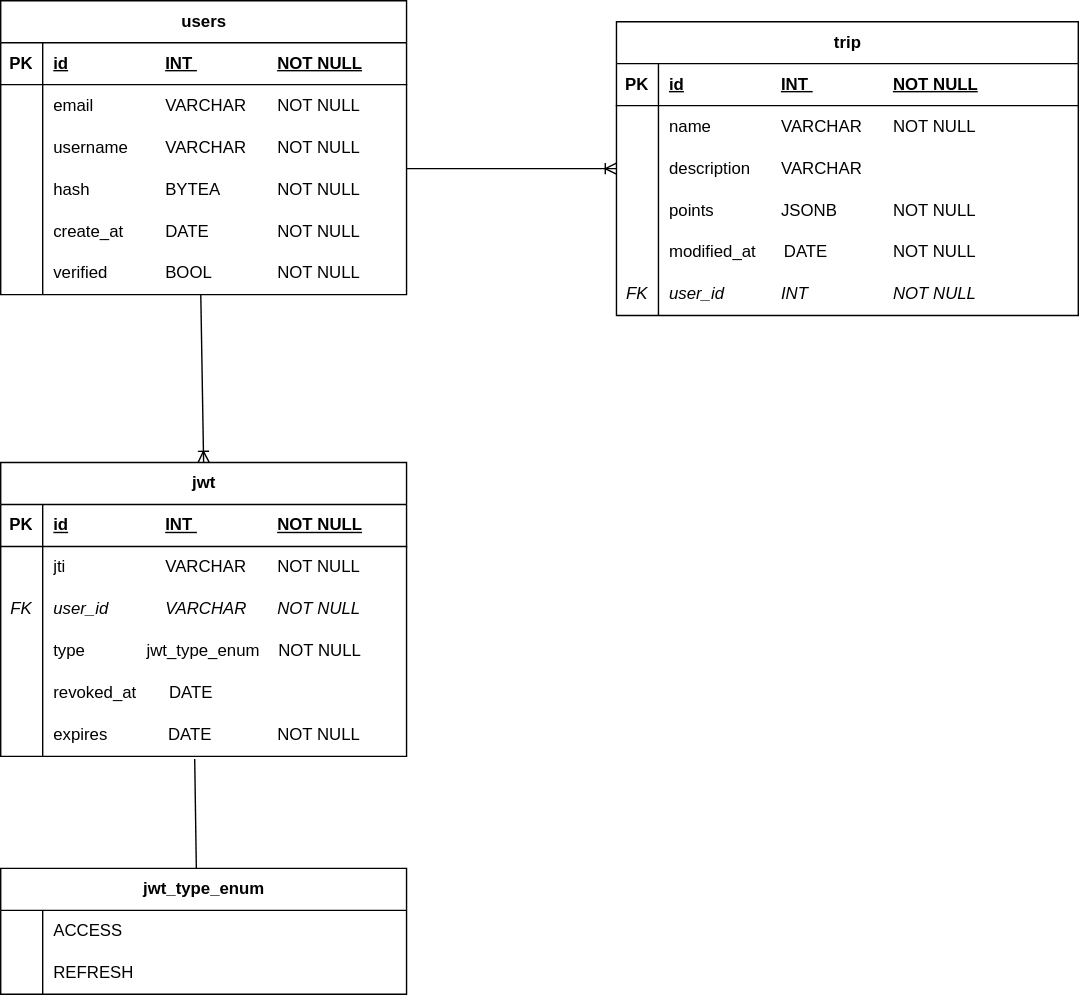
Above: OTD_Schema.drawio.svg in Optimize-The-Drive/Docs (draw.io), before the change. Source tidied: cells renumbered, new cells last; positions are measured from the earlier drawing's top-left corner, leaving out a move shared by most shapes.
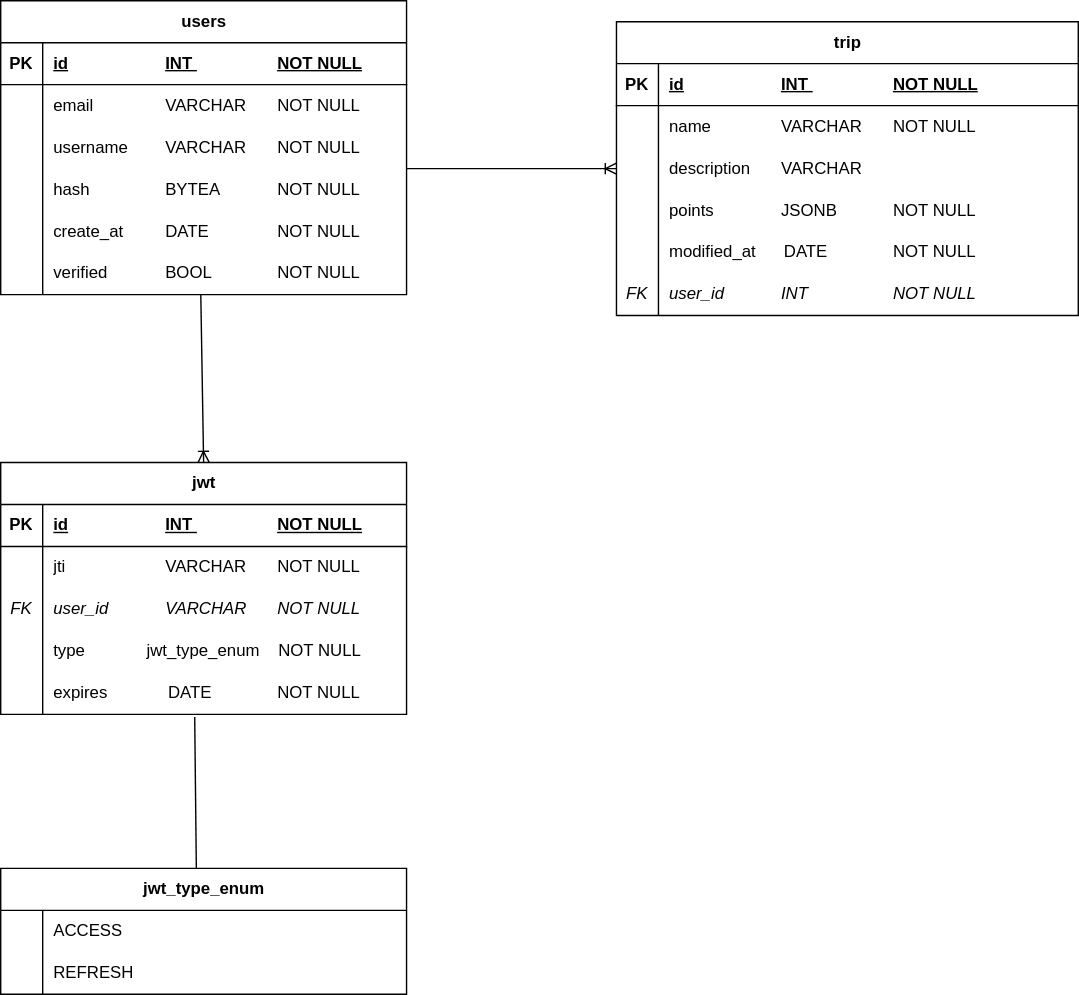
After the commit.

What changed in the source:
```diff
@@ -2,7 +2,7 @@
   <root>
     <mxCell id="0" />
     <mxCell id="1" parent="0" />
-    <mxCell id="2" value="users" style="shape=table;startSize=30;rowLines=0;fontStyle=1;align=center;html=1;" parent="1" vertex="1">
+    <mxCell id="2" value="users" style="shape=table;startSize=30;rowLines=0;fontStyle=1;align=center;html=1;labelBackgroundColor=#FFFFFF;" parent="1" vertex="1">
       <mxGeometry width="290" height="210" as="geometry" />
     </mxCell>
     <mxCell id="3" style="shape=tableRow;horizontal=0;startSize=0;swimlaneHead=0;swimlaneBody=0;fillColor=none;top=0;left=0;right=0;bottom=1;" parent="2" vertex="1">
@@ -59,7 +59,7 @@
     <mxCell id="20" value="verified&lt;span style=&quot;white-space: pre;&quot;&gt;&#9;&lt;/span&gt;&lt;span style=&quot;white-space: pre;&quot;&gt;&#9;&lt;/span&gt;BOOL&lt;span style=&quot;white-space: pre;&quot;&gt;&#9;&lt;/span&gt;&lt;span style=&quot;white-space: pre;&quot;&gt;&#9;&lt;/span&gt;NOT NULL" style="shape=partialRectangle;fillColor=none;top=0;left=0;bottom=0;right=0;align=left;spacingLeft=6;overflow=hidden;whiteSpace=wrap;html=1;" parent="18" vertex="1">
       <mxGeometry x="30" width="260" height="30" as="geometry" />
     </mxCell>
-    <mxCell id="21" value="trip" style="shape=table;startSize=30;rowLines=0;fontStyle=1;align=center;html=1;" parent="1" vertex="1">
+    <mxCell id="21" value="trip" style="shape=table;startSize=30;rowLines=0;fontStyle=1;align=center;html=1;labelBackgroundColor=default;" parent="1" vertex="1">
       <mxGeometry x="440" y="15" width="330" height="210" as="geometry" />
     </mxCell>
     <mxCell id="22" style="shape=tableRow;horizontal=0;startSize=0;swimlaneHead=0;swimlaneBody=0;fillColor=none;top=0;left=0;right=0;bottom=1;" parent="21" vertex="1">
@@ -125,8 +125,8 @@
         </Array>
       </mxGeometry>
     </mxCell>
-    <mxCell id="41" value="jwt" style="shape=table;startSize=30;rowLines=0;fontStyle=1;align=center;html=1;" parent="1" vertex="1">
-      <mxGeometry y="330" width="290" height="210" as="geometry" />
+    <mxCell id="41" value="jwt" style="shape=table;startSize=30;rowLines=0;fontStyle=1;align=center;html=1;labelBackgroundColor=default;" parent="1" vertex="1">
+      <mxGeometry y="330" width="290" height="180" as="geometry" />
     </mxCell>
     <mxCell id="42" style="shape=tableRow;horizontal=0;startSize=0;swimlaneHead=0;swimlaneBody=0;fillColor=none;top=0;left=0;right=0;bottom=1;" parent="41" vertex="1">
       <mxGeometry y="30" width="290" height="30" as="geometry" />
@@ -164,17 +164,8 @@
     <mxCell id="53" value="type&lt;span style=&quot;white-space: pre;&quot;&gt;&#9;&lt;/span&gt;&lt;span style=&quot;white-space: pre;&quot;&gt;&#9;&lt;/span&gt;&amp;nbsp; &amp;nbsp; jwt_type_enum&amp;nbsp; &amp;nbsp; NOT NULL" style="shape=partialRectangle;fillColor=none;top=0;left=0;bottom=0;right=0;align=left;spacingLeft=6;overflow=hidden;whiteSpace=wrap;html=1;" parent="51" vertex="1">
       <mxGeometry x="30" width="260" height="30" as="geometry" />
     </mxCell>
-    <mxCell id="54" style="shape=tableRow;horizontal=0;startSize=0;swimlaneHead=0;swimlaneBody=0;fillColor=none;top=0;left=0;right=0;bottom=0;" parent="41" vertex="1">
-      <mxGeometry y="150" width="290" height="30" as="geometry" />
-    </mxCell>
-    <mxCell id="55" style="shape=partialRectangle;fillColor=none;top=0;left=0;bottom=0;right=0;overflow=hidden;whiteSpace=wrap;html=1;" parent="54" vertex="1">
-      <mxGeometry width="30" height="30" as="geometry" />
-    </mxCell>
-    <mxCell id="56" value="revoked_at&amp;nbsp; &amp;nbsp; &amp;nbsp; &amp;nbsp;DATE&amp;nbsp;&lt;span style=&quot;white-space: pre;&quot;&gt;&#9;&lt;/span&gt;" style="shape=partialRectangle;fillColor=none;top=0;left=0;bottom=0;right=0;align=left;spacingLeft=6;overflow=hidden;whiteSpace=wrap;html=1;" parent="54" vertex="1">
-      <mxGeometry x="30" width="260" height="30" as="geometry" />
-    </mxCell>
     <mxCell id="57" style="shape=tableRow;horizontal=0;startSize=0;swimlaneHead=0;swimlaneBody=0;fillColor=none;points=[[0,0.5],[1,0.5]];portConstraint=eastwest;top=0;left=0;right=0;bottom=0;" parent="41" vertex="1">
-      <mxGeometry y="180" width="290" height="30" as="geometry" />
+      <mxGeometry y="150" width="290" height="30" as="geometry" />
     </mxCell>
     <mxCell id="58" style="shape=partialRectangle;fillColor=none;top=0;left=0;bottom=0;right=0;overflow=hidden;whiteSpace=wrap;html=1;" parent="57" vertex="1">
       <mxGeometry width="30" height="30" as="geometry" />
@@ -185,7 +176,7 @@
     <mxCell id="60" style="endArrow=none;html=1;rounded=0;entryX=0.493;entryY=1.006;entryDx=0;entryDy=0;entryPerimeter=0;exitX=0.5;exitY=0;exitDx=0;exitDy=0;startArrow=ERoneToMany;startFill=0;" parent="1" edge="1" source="41" target="18">
       <mxGeometry relative="1" as="geometry" />
     </mxCell>
-    <mxCell id="61" value="jwt_type_enum" style="shape=table;startSize=30;rowLines=0;fontStyle=1;align=center;html=1;" parent="1" vertex="1">
+    <mxCell id="61" value="jwt_type_enum" style="shape=table;startSize=30;rowLines=0;fontStyle=1;align=center;html=1;labelBackgroundColor=default;" parent="1" vertex="1">
       <mxGeometry y="620" width="290" height="90" as="geometry" />
     </mxCell>
     <mxCell id="62" style="shape=tableRow;horizontal=0;startSize=0;swimlaneHead=0;swimlaneBody=0;fillColor=none;top=0;left=0;right=0;bottom=0;" parent="61" vertex="1">
```
